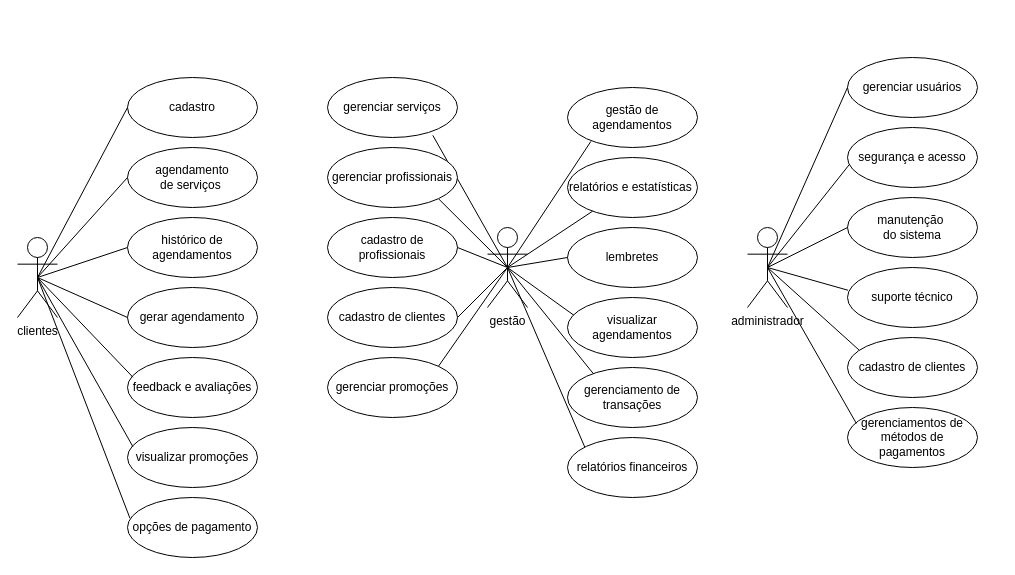
This is page "CDU - PROJ SALÃO" (11 of 11) of Diagrama sem nome.drawio from iisabelleandrade/diagramasderequisitos, a draw.io file, before an edit. Source tidied: cells renumbered, new cells numbered last; positions are measured from the earlier drawing's top-left corner, leaving out a move shared by most shapes. Both pictures are drawn from the tidied source at 100%, with x=0, y=0 at pixel (17, 57).
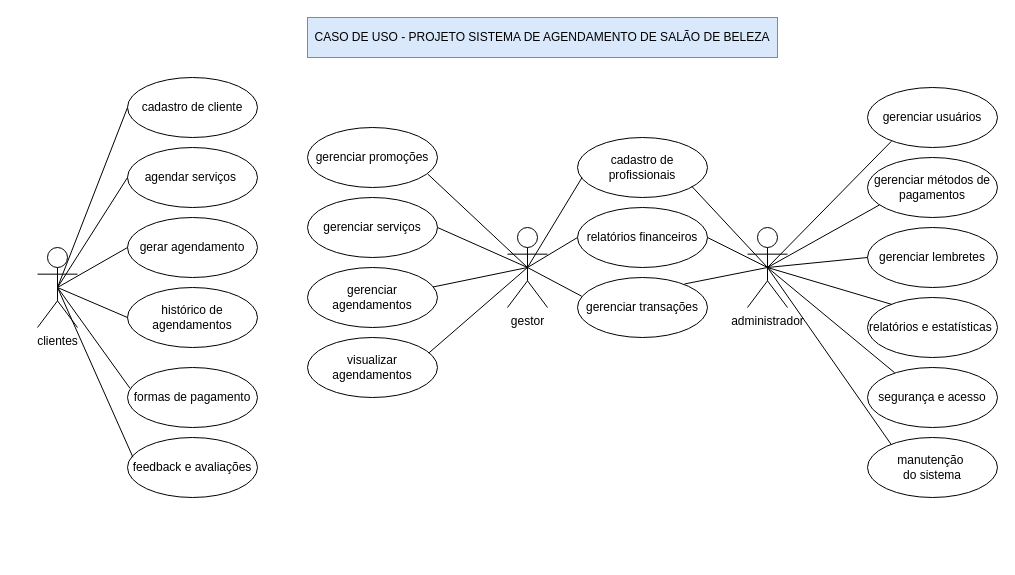
The same page after the edit.

The change refers to these unchanged cells:
```xml
<mxCell id="22" value="administrador" style="shape=umlActor;verticalLabelPosition=bottom;verticalAlign=top;html=1;outlineConnect=0;" parent="1" vertex="1">
  <mxGeometry x="730" y="170" width="40" height="80" as="geometry" />
</mxCell>
```

Change to the diagram source:
```diff
@@
     <mxCell id="2" value="clientes" style="shape=umlActor;verticalLabelPosition=bottom;verticalAlign=top;html=1;outlineConnect=0;" parent="1" vertex="1">
-      <mxGeometry y="180" width="40" height="80" as="geometry" />
+      <mxGeometry x="20" y="190" width="40" height="80" as="geometry" />
     </mxCell>
     <mxCell id="3" value="relatórios e estatísticas&amp;nbsp;" style="ellipse;whiteSpace=wrap;html=1;" parent="1" vertex="1">
-      <mxGeometry x="550" y="100" width="130" height="60" as="geometry" />
+      <mxGeometry x="850" y="240" width="130" height="60" as="geometry" />
     </mxCell>
-    <mxCell id="4" value="lembretes" style="ellipse;whiteSpace=wrap;html=1;" parent="1" vertex="1">
-      <mxGeometry x="550" y="170" width="130" height="60" as="geometry" />
+    <mxCell id="4" value="gerenciar lembretes" style="ellipse;whiteSpace=wrap;html=1;" parent="1" vertex="1">
+      <mxGeometry x="850" y="170" width="130" height="60" as="geometry" />
     </mxCell>
-    <mxCell id="5" value="agendamento&lt;div&gt;de serviços&amp;nbsp;&lt;/div&gt;" style="ellipse;whiteSpace=wrap;html=1;" parent="1" vertex="1">
+    <mxCell id="5" value="agendar&amp;nbsp;&lt;span style=&quot;background-color: transparent; color: light-dark(rgb(0, 0, 0), rgb(255, 255, 255));&quot;&gt;serviços&amp;nbsp;&lt;/span&gt;" style="ellipse;whiteSpace=wrap;html=1;" parent="1" vertex="1">
       <mxGeometry x="110" y="90" width="130" height="60" as="geometry" />
     </mxCell>
-    <mxCell id="6" value="gestão de agendamentos" style="ellipse;whiteSpace=wrap;html=1;" parent="1" vertex="1">
-      <mxGeometry x="550" y="30" width="130" height="60" as="geometry" />
+    <mxCell id="6" value="gerenciar agendamentos" style="ellipse;whiteSpace=wrap;html=1;" parent="1" vertex="1">
+      <mxGeometry x="290" y="210" width="130" height="60" as="geometry" />
     </mxCell>
     <mxCell id="7" value="cadastro de profissionais" style="ellipse;whiteSpace=wrap;html=1;" parent="1" vertex="1">
-      <mxGeometry x="310" y="160" width="130" height="60" as="geometry" />
+      <mxGeometry x="560" y="80" width="130" height="60" as="geometry" />
     </mxCell>
-    <mxCell id="8" value="cadastro de clientes" style="ellipse;whiteSpace=wrap;html=1;" parent="1" vertex="1">
-      <mxGeometry x="310" y="230" width="130" height="60" as="geometry" />
-    </mxCell>
     <mxCell id="9" value="histórico de agendamentos" style="ellipse;whiteSpace=wrap;html=1;" parent="1" vertex="1">
-      <mxGeometry x="110" y="160" width="130" height="60" as="geometry" />
+      <mxGeometry x="110" y="230" width="130" height="60" as="geometry" />
     </mxCell>
     <mxCell id="10" value="gerar agendamento" style="ellipse;whiteSpace=wrap;html=1;" parent="1" vertex="1">
-      <mxGeometry x="110" y="230" width="130" height="60" as="geometry" />
+      <mxGeometry x="110" y="160" width="130" height="60" as="geometry" />
     </mxCell>
-    <mxCell id="11" value="cadastro" style="ellipse;whiteSpace=wrap;html=1;" parent="1" vertex="1">
+    <mxCell id="11" value="cadastro de cliente" style="ellipse;whiteSpace=wrap;html=1;" parent="1" vertex="1">
       <mxGeometry x="110" y="20" width="130" height="60" as="geometry" />
     </mxCell>
     <mxCell id="12" value="feedback e avaliações" style="ellipse;whiteSpace=wrap;html=1;" parent="1" vertex="1">
-      <mxGeometry x="110" y="300" width="130" height="60" as="geometry" />
+      <mxGeometry x="110" y="380" width="130" height="60" as="geometry" />
     </mxCell>
-    <mxCell id="13" value="visualizar promoções" style="ellipse;whiteSpace=wrap;html=1;" parent="1" vertex="1">
-      <mxGeometry x="110" y="370" width="130" height="60" as="geometry" />
-    </mxCell>
     <mxCell id="14" value="gerenciar promoções" style="ellipse;whiteSpace=wrap;html=1;" parent="1" vertex="1">
-      <mxGeometry x="310" y="300" width="130" height="60" as="geometry" />
+      <mxGeometry x="290" y="70" width="130" height="60" as="geometry" />
     </mxCell>
     <mxCell id="15" value="visualizar agendamentos" style="ellipse;whiteSpace=wrap;html=1;" parent="1" vertex="1">
-      <mxGeometry x="550" y="240" width="130" height="60" as="geometry" />
+      <mxGeometry x="290" y="280" width="130" height="60" as="geometry" />
     </mxCell>
-    <mxCell id="16" value="gestão" style="shape=umlActor;verticalLabelPosition=bottom;verticalAlign=top;html=1;outlineConnect=0;" parent="1" vertex="1">
-      <mxGeometry x="470" y="170" width="40" height="80" as="geometry" />
+    <mxCell id="16" value="gestor" style="shape=umlActor;verticalLabelPosition=bottom;verticalAlign=top;html=1;outlineConnect=0;" parent="1" vertex="1">
+      <mxGeometry x="490" y="170" width="40" height="80" as="geometry" />
     </mxCell>
     <mxCell id="17" value="gerenciar usuários" style="ellipse;whiteSpace=wrap;html=1;" parent="1" vertex="1">
-      <mxGeometry x="830" width="130" height="60" as="geometry" />
+      <mxGeometry x="850" y="30" width="130" height="60" as="geometry" />
     </mxCell>
     <mxCell id="18" value="segurança e acesso" style="ellipse;whiteSpace=wrap;html=1;" parent="1" vertex="1">
-      <mxGeometry x="830" y="70" width="130" height="60" as="geometry" />
+      <mxGeometry x="850" y="310" width="130" height="60" as="geometry" />
     </mxCell>
     <mxCell id="19" value="manutenção&amp;nbsp;&lt;div&gt;do sistema&lt;/div&gt;" style="ellipse;whiteSpace=wrap;html=1;" parent="1" vertex="1">
-      <mxGeometry x="830" y="140" width="130" height="60" as="geometry" />
+      <mxGeometry x="850" y="380" width="130" height="60" as="geometry" />
     </mxCell>
-    <mxCell id="20" value="suporte técnico" style="ellipse;whiteSpace=wrap;html=1;" parent="1" vertex="1">
-      <mxGeometry x="830" y="210" width="130" height="60" as="geometry" />
-    </mxCell>
-    <mxCell id="21" value="cadastro de clientes" style="ellipse;whiteSpace=wrap;html=1;" parent="1" vertex="1">
-      <mxGeometry x="830" y="280" width="130" height="60" as="geometry" />
-    </mxCell>
@@
-    <mxCell id="23" style="endArrow=none;html=1;rounded=0;entryX=1;entryY=1;entryDx=0;entryDy=0;" parent="1" edge="1" target="41">
-      <mxGeometry relative="1" as="geometry">
-        <mxPoint x="490" y="210" as="sourcePoint" />
-      </mxGeometry>
-    </mxCell>
-    <mxCell id="24" style="endArrow=none;html=1;rounded=0;entryX=1;entryY=0.5;entryDx=0;entryDy=0;" parent="1" edge="1" target="8">
-      <mxGeometry relative="1" as="geometry">
-        <mxPoint x="490" y="210" as="sourcePoint" />
-      </mxGeometry>
+    <mxCell id="24" style="endArrow=none;html=1;rounded=0;entryX=0.965;entryY=0.325;entryDx=0;entryDy=0;entryPerimeter=0;exitX=0.5;exitY=0.5;exitDx=0;exitDy=0;exitPerimeter=0;" parent="1" edge="1" source="16" target="6">
+      <mxGeometry relative="1" as="geometry" />
     </mxCell>
-    <mxCell id="25" style="endArrow=none;html=1;rounded=0;entryX=1;entryY=0.5;entryDx=0;entryDy=0;" parent="1" edge="1" target="7">
-      <mxGeometry relative="1" as="geometry">
-        <mxPoint x="490" y="210" as="sourcePoint" />
-      </mxGeometry>
-    </mxCell>
-    <mxCell id="26" style="endArrow=none;html=1;rounded=0;entryX=0.042;entryY=0.321;entryDx=0;entryDy=0;entryPerimeter=0;exitX=0.5;exitY=0.5;exitDx=0;exitDy=0;exitPerimeter=0;" parent="1" edge="1" source="2" target="13">
-      <mxGeometry relative="1" as="geometry" />
-    </mxCell>
@@
-    <mxCell id="32" style="endArrow=none;html=1;rounded=0;entryX=0.088;entryY=0.207;entryDx=0;entryDy=0;entryPerimeter=0;" parent="1" edge="1" target="21">
-      <mxGeometry relative="1" as="geometry">
-        <mxPoint x="750" y="210" as="sourcePoint" />
-      </mxGeometry>
-    </mxCell>
-    <mxCell id="33" style="endArrow=none;html=1;rounded=0;entryX=0.004;entryY=0.379;entryDx=0;entryDy=0;entryPerimeter=0;" parent="1" edge="1" target="20">
-      <mxGeometry relative="1" as="geometry">
-        <mxPoint x="750" y="210" as="sourcePoint" />
-      </mxGeometry>
-    </mxCell>
-    <mxCell id="34" style="endArrow=none;html=1;rounded=0;entryX=0;entryY=0.5;entryDx=0;entryDy=0;" parent="1" edge="1" target="19">
-      <mxGeometry relative="1" as="geometry">
-        <mxPoint x="750" y="210" as="sourcePoint" />
-      </mxGeometry>
+    <mxCell id="34" style="endArrow=none;html=1;rounded=0;entryX=0.181;entryY=0.112;entryDx=0;entryDy=0;exitX=0.5;exitY=0.5;exitDx=0;exitDy=0;exitPerimeter=0;entryPerimeter=0;" parent="1" edge="1" source="22" target="19">
+      <mxGeometry relative="1" as="geometry" />
     </mxCell>
-    <mxCell id="35" style="endArrow=none;html=1;rounded=0;entryX=0.018;entryY=0.607;entryDx=0;entryDy=0;entryPerimeter=0;" parent="1" edge="1" target="18">
-      <mxGeometry relative="1" as="geometry">
-        <mxPoint x="750" y="210" as="sourcePoint" />
-      </mxGeometry>
+    <mxCell id="35" style="endArrow=none;html=1;rounded=0;entryX=0.209;entryY=0.087;entryDx=0;entryDy=0;entryPerimeter=0;exitX=0.5;exitY=0.5;exitDx=0;exitDy=0;exitPerimeter=0;" parent="1" edge="1" source="22" target="18">
+      <mxGeometry relative="1" as="geometry" />
     </mxCell>
-    <mxCell id="36" style="endArrow=none;html=1;rounded=0;entryX=0;entryY=0.5;entryDx=0;entryDy=0;" parent="1" edge="1" target="17">
-      <mxGeometry relative="1" as="geometry">
-        <mxPoint x="750" y="210" as="sourcePoint" />
-      </mxGeometry>
+    <mxCell id="36" style="endArrow=none;html=1;rounded=0;entryX=0.184;entryY=0.896;entryDx=0;entryDy=0;exitX=0.5;exitY=0.5;exitDx=0;exitDy=0;exitPerimeter=0;entryPerimeter=0;" parent="1" edge="1" source="22" target="17">
+      <mxGeometry relative="1" as="geometry" />
     </mxCell>
-    <mxCell id="37" style="endArrow=none;html=1;rounded=0;entryX=1;entryY=0;entryDx=0;entryDy=0;" parent="1" edge="1" target="14">
-      <mxGeometry relative="1" as="geometry">
-        <mxPoint x="490" y="210" as="sourcePoint" />
-      </mxGeometry>
+    <mxCell id="37" style="endArrow=none;html=1;rounded=0;entryX=0.926;entryY=0.778;entryDx=0;entryDy=0;entryPerimeter=0;exitX=0.5;exitY=0.5;exitDx=0;exitDy=0;exitPerimeter=0;" parent="1" edge="1" source="16" target="14">
+      <mxGeometry relative="1" as="geometry" />
     </mxCell>
-    <mxCell id="38" style="endArrow=none;html=1;rounded=0;entryX=0.049;entryY=0.296;entryDx=0;entryDy=0;entryPerimeter=0;" parent="1" edge="1" target="15">
-      <mxGeometry relative="1" as="geometry">
-        <mxPoint x="490" y="210" as="sourcePoint" />
-      </mxGeometry>
-    </mxCell>
-    <mxCell id="39" style="endArrow=none;html=1;rounded=0;entryX=0;entryY=0.5;entryDx=0;entryDy=0;" parent="1" edge="1" target="4">
-      <mxGeometry relative="1" as="geometry">
-        <mxPoint x="490" y="210" as="sourcePoint" />
-      </mxGeometry>
-    </mxCell>
-    <mxCell id="40" style="endArrow=none;html=1;rounded=0;entryX=0.81;entryY=0.964;entryDx=0;entryDy=0;entryPerimeter=0;" parent="1" edge="1" target="42">
-      <mxGeometry relative="1" as="geometry">
-        <mxPoint x="490" y="210" as="sourcePoint" />
-      </mxGeometry>
+    <mxCell id="40" style="endArrow=none;html=1;rounded=0;entryX=1;entryY=0.5;entryDx=0;entryDy=0;exitX=0.5;exitY=0.5;exitDx=0;exitDy=0;exitPerimeter=0;" parent="1" edge="1" source="16" target="42">
+      <mxGeometry relative="1" as="geometry" />
     </mxCell>
-    <mxCell id="41" value="gerenciar profissionais" style="ellipse;whiteSpace=wrap;html=1;" parent="1" vertex="1">
-      <mxGeometry x="310" y="90" width="130" height="60" as="geometry" />
-    </mxCell>
     <mxCell id="42" value="gerenciar serviços" style="ellipse;whiteSpace=wrap;html=1;" parent="1" vertex="1">
-      <mxGeometry x="310" y="20" width="130" height="60" as="geometry" />
+      <mxGeometry x="290" y="140" width="130" height="60" as="geometry" />
     </mxCell>
-    <mxCell id="43" style="endArrow=none;html=1;rounded=0;entryX=0.18;entryY=0.898;entryDx=0;entryDy=0;entryPerimeter=0;" parent="1" edge="1" target="6">
-      <mxGeometry relative="1" as="geometry">
-        <mxPoint x="490" y="210" as="sourcePoint" />
-      </mxGeometry>
-    </mxCell>
-    <mxCell id="44" style="endArrow=none;html=1;rounded=0;entryX=0.193;entryY=0.895;entryDx=0;entryDy=0;entryPerimeter=0;" parent="1" edge="1" target="3">
-      <mxGeometry relative="1" as="geometry">
-        <mxPoint x="490" y="210" as="sourcePoint" />
-      </mxGeometry>
-    </mxCell>
-    <mxCell id="45" value="gerenciamentos de métodos de pagamentos" style="ellipse;whiteSpace=wrap;html=1;" parent="1" vertex="1">
-      <mxGeometry x="830" y="350" width="130" height="60" as="geometry" />
+    <mxCell id="45" value="gerenciar métodos de pagamentos" style="ellipse;whiteSpace=wrap;html=1;" parent="1" vertex="1">
+      <mxGeometry x="850" y="100" width="130" height="60" as="geometry" />
     </mxCell>
-    <mxCell id="46" value="gerenciamento de transações" style="ellipse;whiteSpace=wrap;html=1;" parent="1" vertex="1">
-      <mxGeometry x="550" y="310" width="130" height="60" as="geometry" />
+    <mxCell id="46" value="gerenciar transações" style="ellipse;whiteSpace=wrap;html=1;" parent="1" vertex="1">
+      <mxGeometry x="560" y="220" width="130" height="60" as="geometry" />
     </mxCell>
-    <mxCell id="47" value="opções de pagamento" style="ellipse;whiteSpace=wrap;html=1;" parent="1" vertex="1">
-      <mxGeometry x="110" y="440" width="130" height="60" as="geometry" />
+    <mxCell id="47" value="formas de pagamento" style="ellipse;whiteSpace=wrap;html=1;" parent="1" vertex="1">
+      <mxGeometry x="110" y="310" width="130" height="60" as="geometry" />
     </mxCell>
-    <mxCell id="48" style="endArrow=none;html=1;rounded=0;entryX=0.134;entryY=0.165;entryDx=0;entryDy=0;entryPerimeter=0;" parent="1" edge="1" target="52">
-      <mxGeometry relative="1" as="geometry">
-        <mxPoint x="490" y="210" as="sourcePoint" />
-      </mxGeometry>
-    </mxCell>
-    <mxCell id="49" style="endArrow=none;html=1;rounded=0;entryX=0.199;entryY=0.103;entryDx=0;entryDy=0;entryPerimeter=0;" parent="1" edge="1" target="46">
-      <mxGeometry relative="1" as="geometry">
-        <mxPoint x="490" y="210" as="sourcePoint" />
-      </mxGeometry>
-    </mxCell>
-    <mxCell id="50" style="endArrow=none;html=1;rounded=0;entryX=0.068;entryY=0.265;entryDx=0;entryDy=0;entryPerimeter=0;" parent="1" edge="1" target="45">
-      <mxGeometry relative="1" as="geometry">
-        <mxPoint x="750" y="210" as="sourcePoint" />
-      </mxGeometry>
+    <mxCell id="50" style="endArrow=none;html=1;rounded=0;entryX=0.091;entryY=0.792;entryDx=0;entryDy=0;entryPerimeter=0;exitX=0.5;exitY=0.5;exitDx=0;exitDy=0;exitPerimeter=0;" parent="1" edge="1" source="22" target="45">
+      <mxGeometry relative="1" as="geometry" />
     </mxCell>
@@
     <mxCell id="52" value="relatórios financeiros" style="ellipse;whiteSpace=wrap;html=1;" parent="1" vertex="1">
-      <mxGeometry x="550" y="380" width="130" height="60" as="geometry" />
+      <mxGeometry x="560" y="150" width="130" height="60" as="geometry" />
     </mxCell>
+    <mxCell id="53" style="endArrow=none;html=1;rounded=0;exitX=0.5;exitY=0.5;exitDx=0;exitDy=0;exitPerimeter=0;entryX=0.032;entryY=0.312;entryDx=0;entryDy=0;entryPerimeter=0;" parent="1" edge="1" source="16" target="46">
+      <mxGeometry relative="1" as="geometry" />
+    </mxCell>
+    <mxCell id="54" style="endArrow=none;html=1;rounded=0;exitX=0.5;exitY=0.5;exitDx=0;exitDy=0;exitPerimeter=0;entryX=0;entryY=0.5;entryDx=0;entryDy=0;" parent="1" edge="1" source="16" target="52">
+      <mxGeometry relative="1" as="geometry" />
+    </mxCell>
+    <mxCell id="55" style="endArrow=none;html=1;rounded=0;exitX=0.5;exitY=0.5;exitDx=0;exitDy=0;exitPerimeter=0;entryX=0.035;entryY=0.667;entryDx=0;entryDy=0;entryPerimeter=0;" parent="1" edge="1" source="16" target="7">
+      <mxGeometry relative="1" as="geometry" />
+    </mxCell>
+    <mxCell id="56" style="endArrow=none;html=1;rounded=0;entryX=0.5;entryY=0.5;entryDx=0;entryDy=0;entryPerimeter=0;exitX=0.934;exitY=0.257;exitDx=0;exitDy=0;exitPerimeter=0;" parent="1" edge="1" source="15" target="16">
+      <mxGeometry relative="1" as="geometry" />
+    </mxCell>
+    <mxCell id="57" style="endArrow=none;html=1;rounded=0;entryX=0.5;entryY=0.5;entryDx=0;entryDy=0;entryPerimeter=0;exitX=0.823;exitY=0.108;exitDx=0;exitDy=0;exitPerimeter=0;" parent="1" edge="1" source="46" target="22">
+      <mxGeometry relative="1" as="geometry" />
+    </mxCell>
+    <mxCell id="58" style="endArrow=none;html=1;rounded=0;entryX=0.5;entryY=0.5;entryDx=0;entryDy=0;entryPerimeter=0;exitX=1;exitY=0.5;exitDx=0;exitDy=0;" parent="1" edge="1" source="52" target="22">
+      <mxGeometry relative="1" as="geometry" />
+    </mxCell>
+    <mxCell id="59" style="endArrow=none;html=1;rounded=0;entryX=0.5;entryY=0.5;entryDx=0;entryDy=0;entryPerimeter=0;exitX=0.879;exitY=0.814;exitDx=0;exitDy=0;exitPerimeter=0;" parent="1" edge="1" source="7" target="22">
+      <mxGeometry relative="1" as="geometry" />
+    </mxCell>
+    <mxCell id="60" style="endArrow=none;html=1;rounded=0;exitX=0.5;exitY=0.5;exitDx=0;exitDy=0;exitPerimeter=0;entryX=0;entryY=0.5;entryDx=0;entryDy=0;" parent="1" edge="1" source="22" target="4">
+      <mxGeometry relative="1" as="geometry" />
+    </mxCell>
+    <mxCell id="61" style="endArrow=none;html=1;rounded=0;exitX=0.5;exitY=0.5;exitDx=0;exitDy=0;exitPerimeter=0;entryX=0.185;entryY=0.114;entryDx=0;entryDy=0;entryPerimeter=0;" parent="1" edge="1" source="22" target="3">
+      <mxGeometry relative="1" as="geometry" />
+    </mxCell>
+    <mxCell id="62" value="CASO DE USO - PROJETO SISTEMA DE AGENDAMENTO DE SALÃO DE BELEZA" style="rounded=0;whiteSpace=wrap;html=1;fillColor=#dae8fc;strokeColor=#6c8ebf;" parent="1" vertex="1">
+      <mxGeometry x="290" y="-40" width="470" height="40" as="geometry" />
+    </mxCell>
```
